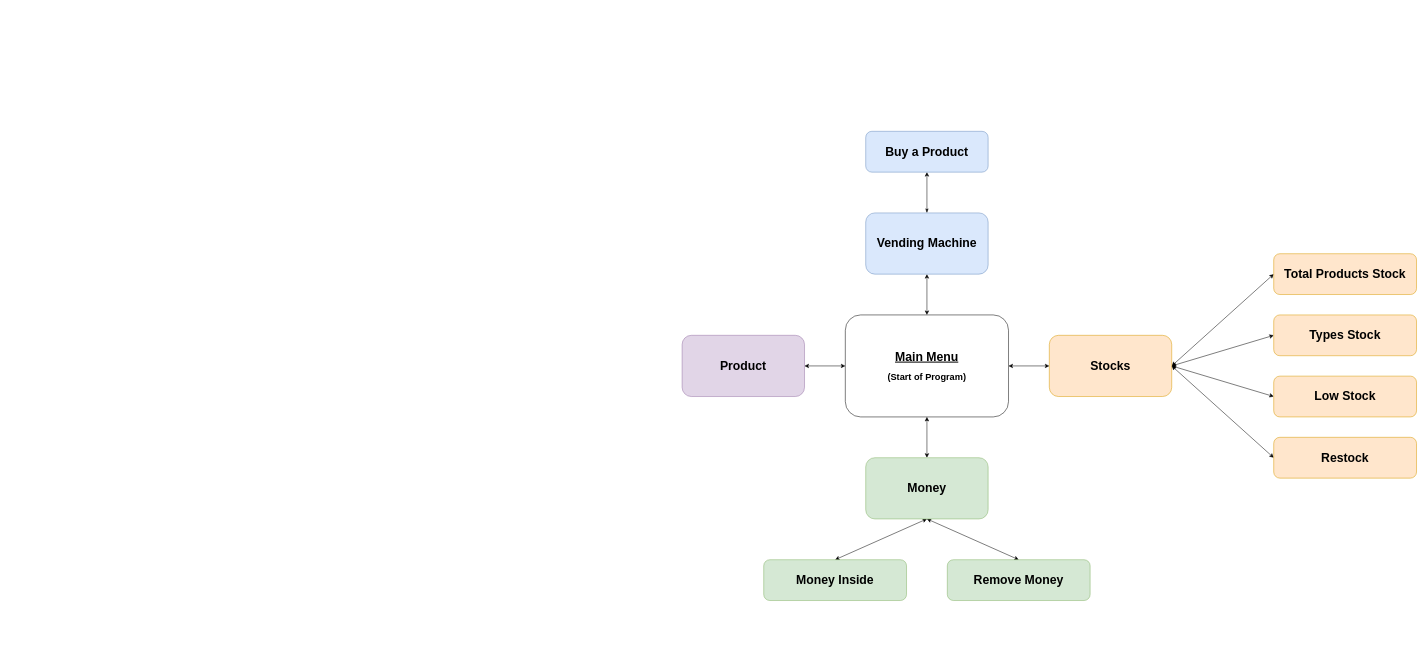
GendPh/Tesp keeps this draw.io diagram as AlgoritmoseEstruturasdeDados/5.ProjetoFinal/Map.drawio. Above is the earlier version. Source tidied: cells renumbered, new cells numbered last; positions are measured from the earlier drawing's top-left corner, leaving out a move shared by most shapes. Both pictures are drawn from the tidied source at 51%, with x=0, y=0 at pixel (682, 131).
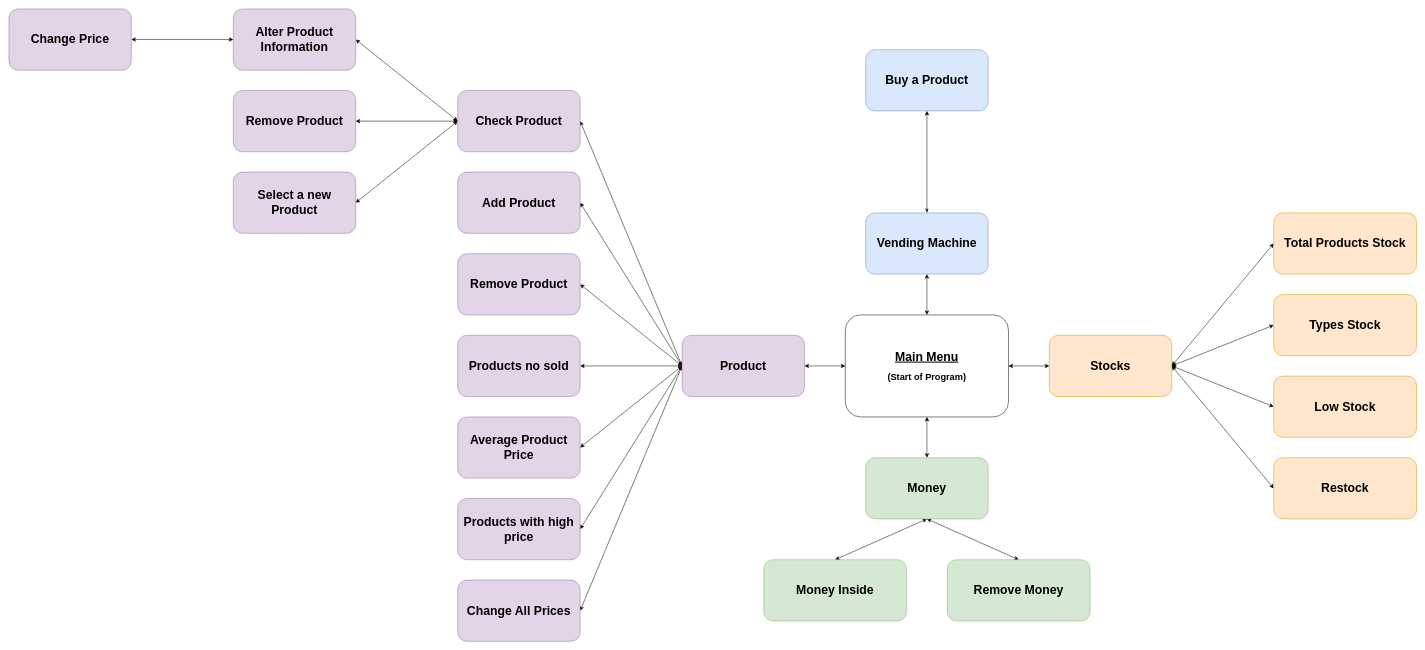
After the change.

The change refers to these unchanged cells:
```xml
<mxCell id="24" value="&lt;h1&gt;Product&lt;/h1&gt;" style="rounded=1;whiteSpace=wrap;html=1;fillColor=#e1d5e7;strokeColor=#9673a6;" parent="1" vertex="1">
  <mxGeometry y="400" width="240" height="120" as="geometry" />
</mxCell>
```

Diff of the diagram source:
```diff
@@
-<mxGraphModel>
+<mxGraphModel background="#ffffff">
@@
     <mxCell id="9" value="&lt;h1&gt;Buy a Product&lt;/h1&gt;" style="rounded=1;whiteSpace=wrap;html=1;fillColor=#dae8fc;strokeColor=#6c8ebf;" parent="1" vertex="1">
-      <mxGeometry x="360" width="240" height="80" as="geometry" />
+      <mxGeometry x="360" y="-160" width="240" height="120" as="geometry" />
     </mxCell>
@@
     <mxCell id="12" value="&lt;h1&gt;Total Products Stock&lt;/h1&gt;" style="rounded=1;whiteSpace=wrap;html=1;fillColor=#ffe6cc;strokeColor=#d79b00;" parent="1" vertex="1">
-      <mxGeometry x="1160" y="240" width="280" height="80" as="geometry" />
+      <mxGeometry x="1160" y="160" width="280" height="120" as="geometry" />
     </mxCell>
@@
     <mxCell id="14" value="&lt;h1&gt;Types Stock&lt;/h1&gt;" style="rounded=1;whiteSpace=wrap;html=1;fillColor=#ffe6cc;strokeColor=#d79b00;" parent="1" vertex="1">
-      <mxGeometry x="1160" y="360" width="280" height="80" as="geometry" />
+      <mxGeometry x="1160" y="320" width="280" height="120" as="geometry" />
     </mxCell>
@@
     <mxCell id="16" value="&lt;h1&gt;Low Stock&lt;/h1&gt;" style="rounded=1;whiteSpace=wrap;html=1;fillColor=#ffe6cc;strokeColor=#d79b00;" parent="1" vertex="1">
-      <mxGeometry x="1160" y="480" width="280" height="80" as="geometry" />
+      <mxGeometry x="1160" y="480" width="280" height="120" as="geometry" />
     </mxCell>
@@
     <mxCell id="18" value="&lt;h1&gt;Restock&lt;/h1&gt;" style="rounded=1;whiteSpace=wrap;html=1;fillColor=#ffe6cc;strokeColor=#d79b00;" parent="1" vertex="1">
-      <mxGeometry x="1160" y="600" width="280" height="80" as="geometry" />
+      <mxGeometry x="1160" y="640" width="280" height="120" as="geometry" />
     </mxCell>
@@
     <mxCell id="22" value="&lt;h1&gt;Remove Money&lt;/h1&gt;" style="rounded=1;whiteSpace=wrap;html=1;fillColor=#d5e8d4;strokeColor=#82b366;" parent="1" vertex="1">
-      <mxGeometry x="520" y="840" width="280" height="80" as="geometry" />
+      <mxGeometry x="520" y="840" width="280" height="120" as="geometry" />
     </mxCell>
     <mxCell id="23" value="&lt;h1&gt;Money Inside&lt;/h1&gt;" style="rounded=1;whiteSpace=wrap;html=1;fillColor=#d5e8d4;strokeColor=#82b366;" parent="1" vertex="1">
-      <mxGeometry x="160" y="840" width="280" height="80" as="geometry" />
+      <mxGeometry x="160" y="840" width="280" height="120" as="geometry" />
     </mxCell>
+    <mxCell id="25" style="rounded=0;jettySize=auto;html=1;exitX=0;exitY=0.5;exitDx=0;exitDy=0;entryX=1;entryY=0.5;entryDx=0;entryDy=0;startArrow=classicThin;startFill=1;" parent="1" edge="1" source="24" target="32">
+      <mxGeometry relative="1" as="geometry" />
+    </mxCell>
+    <mxCell id="26" style="rounded=0;jettySize=auto;html=1;exitX=0;exitY=0.5;exitDx=0;exitDy=0;entryX=1;entryY=0.5;entryDx=0;entryDy=0;startArrow=classicThin;startFill=1;" parent="1" edge="1" source="24" target="34">
+      <mxGeometry relative="1" as="geometry" />
+    </mxCell>
+    <mxCell id="27" style="rounded=0;jettySize=auto;html=1;entryX=1;entryY=0.5;entryDx=0;entryDy=0;exitX=0;exitY=0.5;exitDx=0;exitDy=0;startArrow=classicThin;startFill=1;" parent="1" edge="1" source="24" target="35">
+      <mxGeometry relative="1" as="geometry" />
+    </mxCell>
+    <mxCell id="28" style="rounded=0;jettySize=auto;html=1;entryX=1;entryY=0.5;entryDx=0;entryDy=0;exitX=0;exitY=0.5;exitDx=0;exitDy=0;startArrow=classicThin;startFill=1;" parent="1" edge="1" source="24" target="39">
+      <mxGeometry relative="1" as="geometry" />
+    </mxCell>
+    <mxCell id="29" style="rounded=0;jettySize=auto;html=1;entryX=1;entryY=0.5;entryDx=0;entryDy=0;exitX=0;exitY=0.5;exitDx=0;exitDy=0;startArrow=classicThin;startFill=1;" parent="1" edge="1" source="24" target="33">
+      <mxGeometry relative="1" as="geometry" />
+    </mxCell>
+    <mxCell id="30" style="rounded=0;jettySize=auto;html=1;entryX=1;entryY=0.5;entryDx=0;entryDy=0;exitX=0;exitY=0.5;exitDx=0;exitDy=0;startArrow=classicThin;startFill=1;" parent="1" edge="1" source="24" target="40">
+      <mxGeometry relative="1" as="geometry" />
+    </mxCell>
+    <mxCell id="31" style="rounded=0;jettySize=auto;html=1;entryX=1;entryY=0.5;entryDx=0;entryDy=0;exitX=0;exitY=0.5;exitDx=0;exitDy=0;startArrow=classicThin;startFill=1;" parent="1" edge="1" source="24" target="36">
+      <mxGeometry relative="1" as="geometry" />
+    </mxCell>
@@
+    <mxCell id="32" value="&lt;h1&gt;Products no sold&lt;/h1&gt;" style="rounded=1;whiteSpace=wrap;html=1;fillColor=#e1d5e7;strokeColor=#9673a6;" parent="1" vertex="1">
+      <mxGeometry x="-440" y="400" width="240" height="120" as="geometry" />
+    </mxCell>
+    <mxCell id="33" value="&lt;h1&gt;Average Product Price&lt;/h1&gt;" style="rounded=1;whiteSpace=wrap;html=1;fillColor=#e1d5e7;strokeColor=#9673a6;" parent="1" vertex="1">
+      <mxGeometry x="-440" y="560" width="240" height="120" as="geometry" />
+    </mxCell>
+    <mxCell id="34" value="&lt;h1&gt;Remove Product&lt;/h1&gt;" style="rounded=1;whiteSpace=wrap;html=1;fillColor=#e1d5e7;strokeColor=#9673a6;" parent="1" vertex="1">
+      <mxGeometry x="-440" y="240" width="240" height="120" as="geometry" />
+    </mxCell>
+    <mxCell id="35" value="&lt;h1&gt;Add Product&lt;/h1&gt;" style="rounded=1;whiteSpace=wrap;html=1;fillColor=#e1d5e7;strokeColor=#9673a6;" parent="1" vertex="1">
+      <mxGeometry x="-440" y="80" width="240" height="120" as="geometry" />
+    </mxCell>
+    <mxCell id="36" value="&lt;h1&gt;Change All Prices&lt;/h1&gt;" style="rounded=1;whiteSpace=wrap;html=1;fillColor=#e1d5e7;strokeColor=#9673a6;" parent="1" vertex="1">
+      <mxGeometry x="-440" y="880" width="240" height="120" as="geometry" />
+    </mxCell>
+    <mxCell id="37" style="rounded=0;jettySize=auto;html=1;entryX=1;entryY=0.5;entryDx=0;entryDy=0;exitX=0;exitY=0.5;exitDx=0;exitDy=0;startArrow=classic;startFill=1;" parent="1" edge="1" source="39" target="41">
+      <mxGeometry relative="1" as="geometry" />
+    </mxCell>
+    <mxCell id="38" style="rounded=0;jettySize=auto;html=1;entryX=1;entryY=0.5;entryDx=0;entryDy=0;exitX=0;exitY=0.5;exitDx=0;exitDy=0;startArrow=classic;startFill=1;" parent="1" edge="1" source="39" target="42">
+      <mxGeometry relative="1" as="geometry" />
+    </mxCell>
+    <mxCell id="39" value="&lt;h1&gt;Check Product&lt;/h1&gt;" style="rounded=1;whiteSpace=wrap;html=1;fillColor=#e1d5e7;strokeColor=#9673a6;" parent="1" vertex="1">
+      <mxGeometry x="-440" y="-80" width="240" height="120" as="geometry" />
+    </mxCell>
+    <mxCell id="40" value="&lt;h1&gt;Products with high price&lt;/h1&gt;" style="rounded=1;whiteSpace=wrap;html=1;fillColor=#e1d5e7;strokeColor=#9673a6;" parent="1" vertex="1">
+      <mxGeometry x="-440" y="720" width="240" height="120" as="geometry" />
+    </mxCell>
+    <mxCell id="41" value="&lt;h1&gt;Select a new Product&lt;/h1&gt;" style="rounded=1;whiteSpace=wrap;html=1;fillColor=#e1d5e7;strokeColor=#9673a6;" parent="1" vertex="1">
+      <mxGeometry x="-880" y="80" width="240" height="120" as="geometry" />
+    </mxCell>
+    <mxCell id="42" value="&lt;h1&gt;Alter Product Information&lt;/h1&gt;" style="rounded=1;whiteSpace=wrap;html=1;fillColor=#e1d5e7;strokeColor=#9673a6;" parent="1" vertex="1">
+      <mxGeometry x="-880" y="-240" width="240" height="120" as="geometry" />
+    </mxCell>
+    <mxCell id="43" style="rounded=0;jettySize=auto;html=1;entryX=1;entryY=0.5;entryDx=0;entryDy=0;exitX=0;exitY=0.5;exitDx=0;exitDy=0;startArrow=classic;startFill=1;" parent="1" edge="1" source="42" target="44">
+      <mxGeometry relative="1" as="geometry" />
+    </mxCell>
+    <mxCell id="44" value="&lt;h1&gt;Change Price&lt;/h1&gt;" style="rounded=1;whiteSpace=wrap;html=1;fillColor=#e1d5e7;strokeColor=#9673a6;" parent="1" vertex="1">
+      <mxGeometry x="-1320" y="-240" width="240" height="120" as="geometry" />
+    </mxCell>
+    <mxCell id="45" style="rounded=0;jettySize=auto;html=1;entryX=1;entryY=0.5;entryDx=0;entryDy=0;exitX=0;exitY=0.5;exitDx=0;exitDy=0;startArrow=classic;startFill=1;" parent="1" edge="1" source="39" target="46">
+      <mxGeometry relative="1" as="geometry" />
+    </mxCell>
+    <mxCell id="46" value="&lt;h1&gt;Remove Product&lt;/h1&gt;" style="rounded=1;whiteSpace=wrap;html=1;fillColor=#e1d5e7;strokeColor=#9673a6;" parent="1" vertex="1">
+      <mxGeometry x="-880" y="-80" width="240" height="120" as="geometry" />
+    </mxCell>
```
